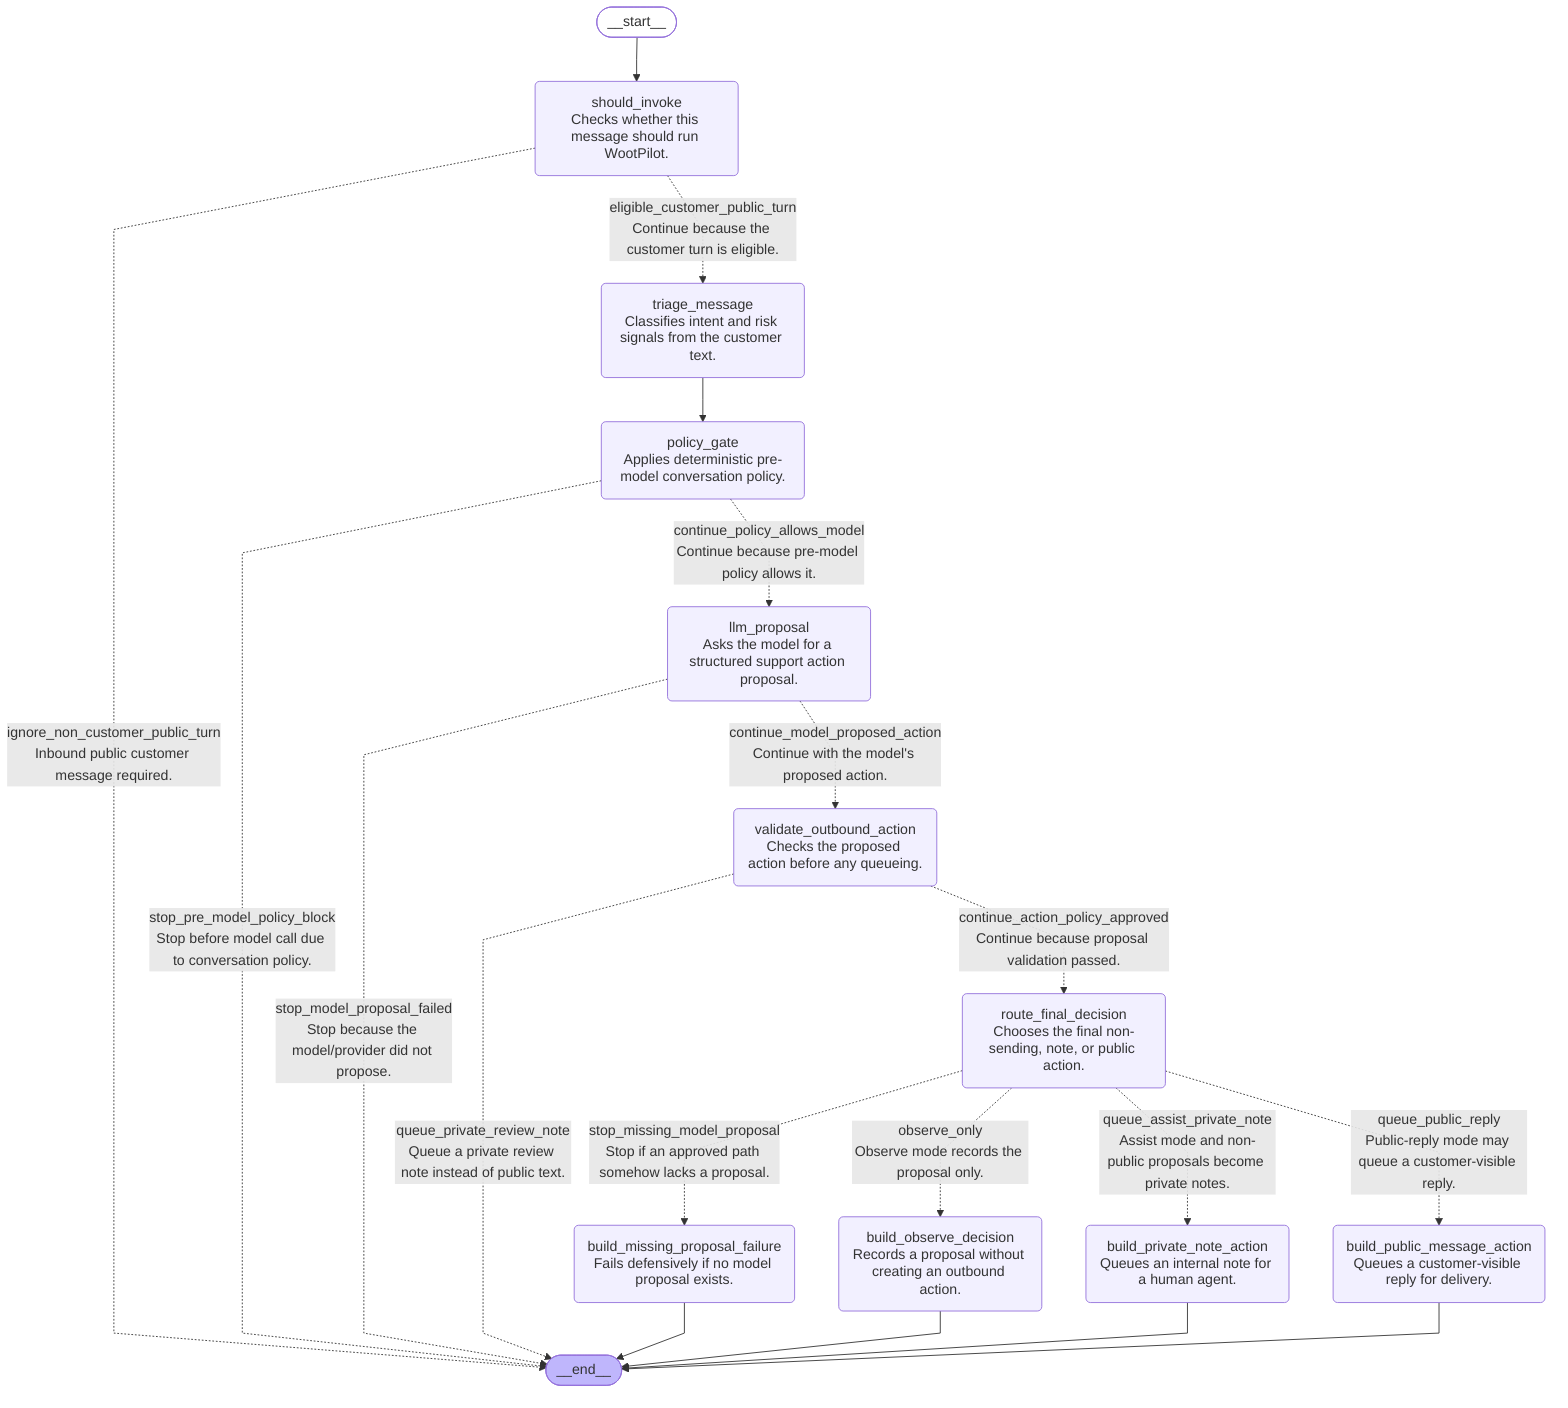
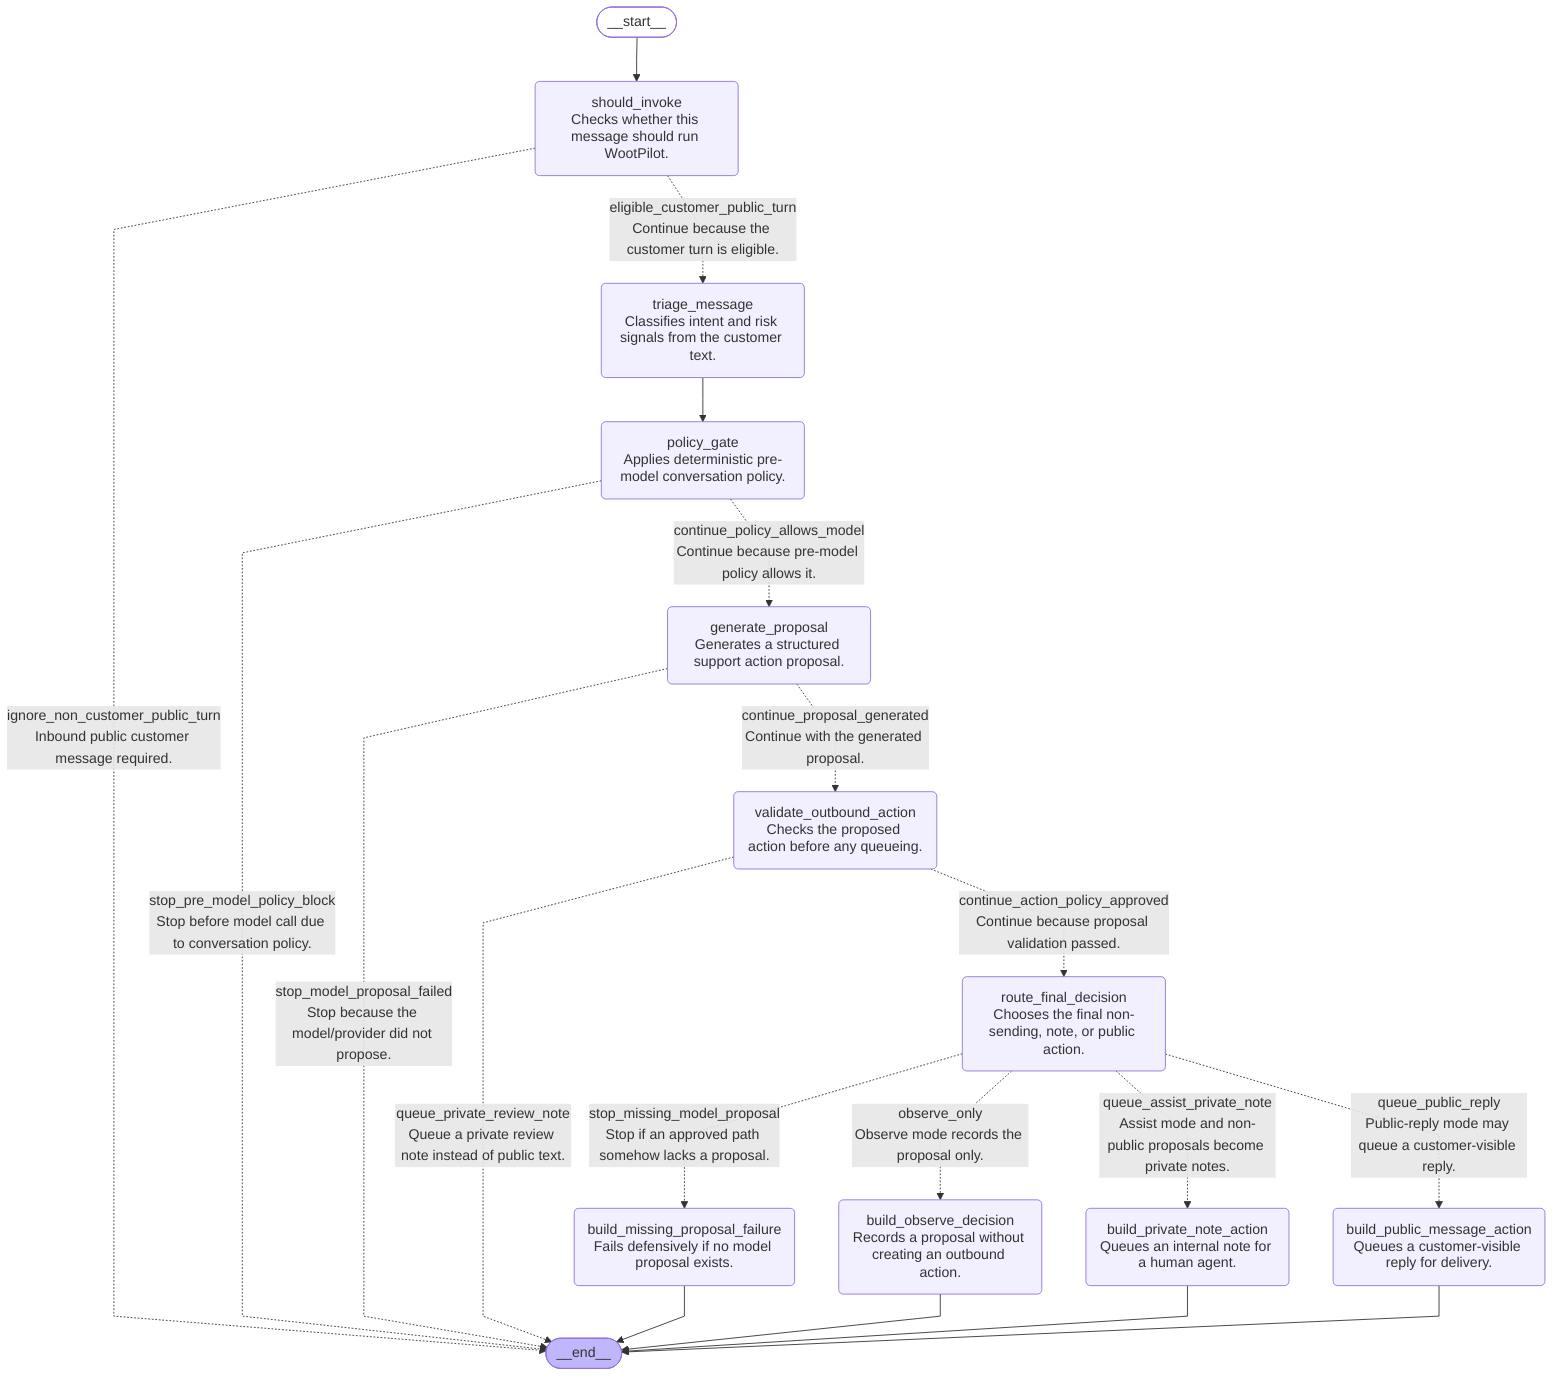
---
config:
  flowchart:
    curve: linear
---
graph TD;
	__start__([<p>__start__</p>]):::first
	should_invoke("should_invoke<br/>Checks whether this message should run WootPilot.")
	triage_message("triage_message<br/>Classifies intent and risk signals from the customer text.")
	policy_gate("policy_gate<br/>Applies deterministic pre-model conversation policy.")
- 	llm_proposal("llm_proposal<br/>Asks the model for a structured support action proposal.")
+ 	generate_proposal("generate_proposal<br/>Generates a structured support action proposal.")
	validate_outbound_action("validate_outbound_action<br/>Checks the proposed action before any queueing.")
	route_final_decision("route_final_decision<br/>Chooses the final non-sending, note, or public action.")
	build_observe_decision("build_observe_decision<br/>Records a proposal without creating an outbound action.")
	build_private_note_action("build_private_note_action<br/>Queues an internal note for a human agent.")
	build_public_message_action("build_public_message_action<br/>Queues a customer-visible reply for delivery.")
	build_missing_proposal_failure("build_missing_proposal_failure<br/>Fails defensively if no model proposal exists.")
	__end__([<p>__end__</p>]):::last
	__start__ --> should_invoke;
- 	llm_proposal -. "stop_model_proposal_failed<br/>Stop because the model/provider did not propose." .-> __end__;
- 	llm_proposal -. "continue_model_proposed_action<br/>Continue with the model's proposed action." .-> validate_outbound_action;
+ 	generate_proposal -. "stop_model_proposal_failed<br/>Stop because the model/provider did not propose." .-> __end__;
+ 	generate_proposal -. "continue_proposal_generated<br/>Continue with the generated proposal." .-> validate_outbound_action;
	policy_gate -. "stop_pre_model_policy_block<br/>Stop before model call due to conversation policy." .-> __end__;
- 	policy_gate -. "continue_policy_allows_model<br/>Continue because pre-model policy allows it." .-> llm_proposal;
+ 	policy_gate -. "continue_policy_allows_model<br/>Continue because pre-model policy allows it." .-> generate_proposal;
	route_final_decision -. "stop_missing_model_proposal<br/>Stop if an approved path somehow lacks a proposal." .-> build_missing_proposal_failure;
	route_final_decision -. "observe_only<br/>Observe mode records the proposal only." .-> build_observe_decision;
	route_final_decision -. "queue_assist_private_note<br/>Assist mode and non-public proposals become private notes." .-> build_private_note_action;
	route_final_decision -. "queue_public_reply<br/>Public-reply mode may queue a customer-visible reply." .-> build_public_message_action;
	should_invoke -. "ignore_non_customer_public_turn<br/>Inbound public customer message required." .-> __end__;
	should_invoke -. "eligible_customer_public_turn<br/>Continue because the customer turn is eligible." .-> triage_message;
	triage_message --> policy_gate;
	validate_outbound_action -. "queue_private_review_note<br/>Queue a private review note instead of public text." .-> __end__;
	validate_outbound_action -. "continue_action_policy_approved<br/>Continue because proposal validation passed." .-> route_final_decision;
	build_missing_proposal_failure --> __end__;
	build_observe_decision --> __end__;
	build_private_note_action --> __end__;
	build_public_message_action --> __end__;
	classDef default fill:#f2f0ff,line-height:1.2
	classDef first fill-opacity:0
	classDef last fill:#bfb6fc
